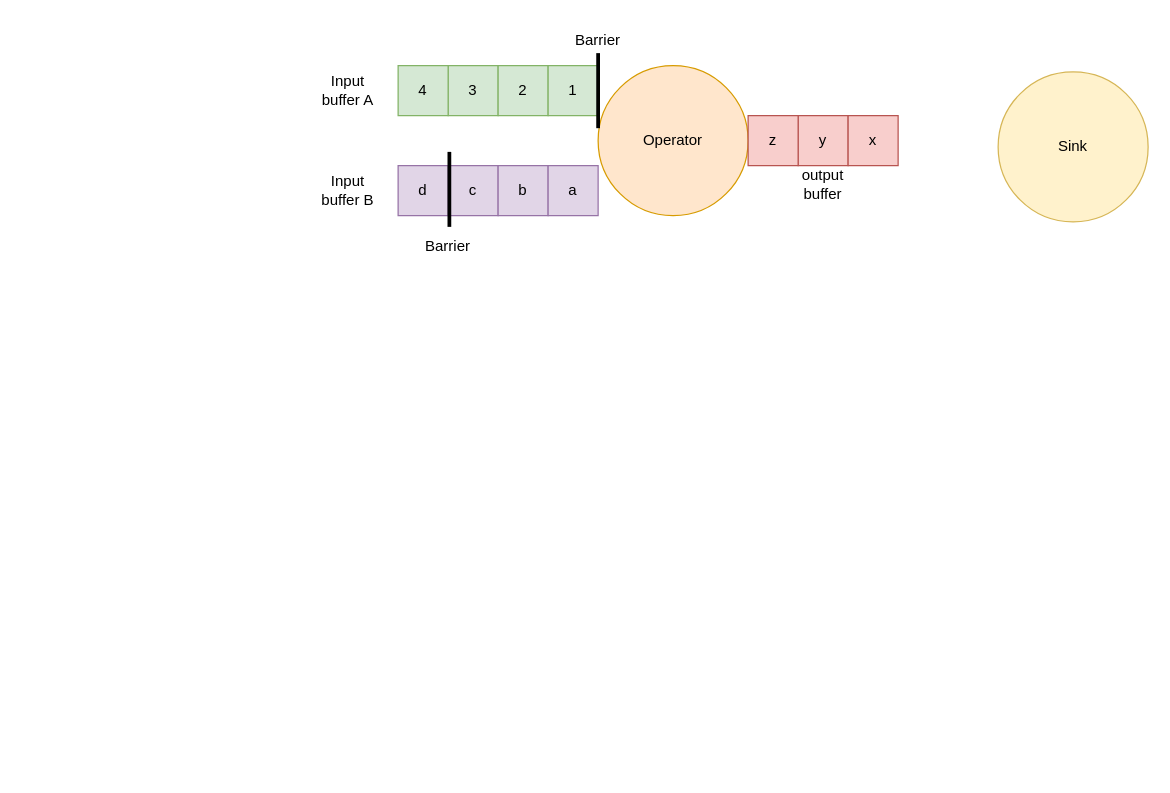
This is imgs/flink/flink_checkpoint_at_least_once.drawio from rainsbaby/notebook, a draw.io file, before an edit. Source tidied: cells renumbered, new cells numbered last; positions are measured from the earlier drawing's top-left corner, leaving out a move shared by most shapes. Both pictures are drawn from the tidied source at 125%, with x=0, y=0 at pixel (310, 21).
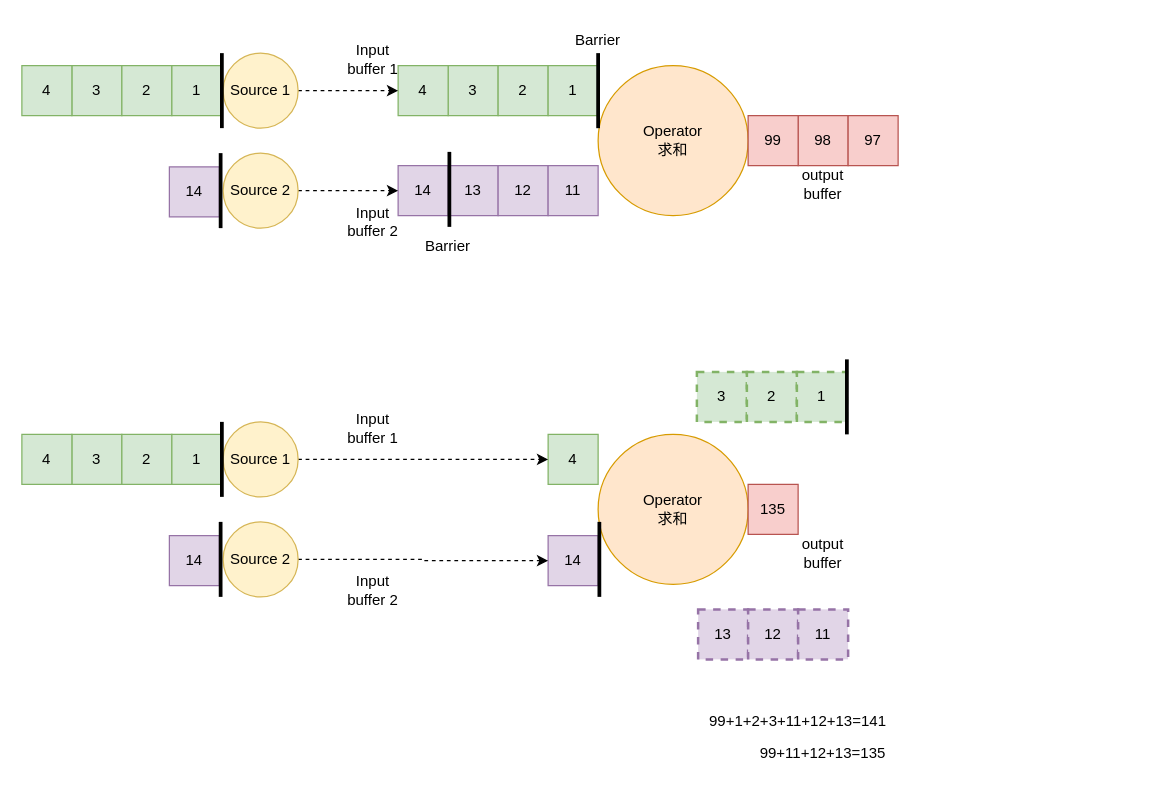
Above is the later version.

Unchanged cells that the change refers to:
```xml
<mxCell id="6" value="4" style="rounded=0;whiteSpace=wrap;html=1;fillColor=#d5e8d4;strokeColor=#82b366;" parent="1" vertex="1">
  <mxGeometry x="70" y="35" width="40" height="40" as="geometry" />
</mxCell>
```

Diff of the diagram source:
```diff
@@
-<mxGraphModel>
+<mxGraphModel background="#FFFFFF">
@@
-    <mxCell id="2" value="Operator" style="ellipse;whiteSpace=wrap;html=1;fillColor=#ffe6cc;strokeColor=#d79b00;" parent="1" vertex="1">
+    <mxCell id="2" value="&lt;div&gt;Operator&lt;br&gt;&lt;/div&gt;求和" style="ellipse;whiteSpace=wrap;html=1;fillColor=#ffe6cc;strokeColor=#d79b00;" parent="1" vertex="1">
       <mxGeometry x="230" y="35" width="120" height="120" as="geometry" />
     </mxCell>
@@
-    <mxCell id="7" value="c" style="rounded=0;whiteSpace=wrap;html=1;fillColor=#e1d5e7;strokeColor=#9673a6;" parent="1" vertex="1">
+    <mxCell id="7" value="13" style="rounded=0;whiteSpace=wrap;html=1;fillColor=#e1d5e7;strokeColor=#9673a6;" parent="1" vertex="1">
       <mxGeometry x="110" y="115" width="40" height="40" as="geometry" />
     </mxCell>
-    <mxCell id="8" value="b" style="rounded=0;whiteSpace=wrap;html=1;fillColor=#e1d5e7;strokeColor=#9673a6;" parent="1" vertex="1">
+    <mxCell id="8" value="12" style="rounded=0;whiteSpace=wrap;html=1;fillColor=#e1d5e7;strokeColor=#9673a6;" parent="1" vertex="1">
       <mxGeometry x="150" y="115" width="40" height="40" as="geometry" />
     </mxCell>
-    <mxCell id="9" value="a" style="rounded=0;whiteSpace=wrap;html=1;fillColor=#e1d5e7;strokeColor=#9673a6;" parent="1" vertex="1">
+    <mxCell id="9" value="11" style="rounded=0;whiteSpace=wrap;html=1;fillColor=#e1d5e7;strokeColor=#9673a6;" parent="1" vertex="1">
       <mxGeometry x="190" y="115" width="40" height="40" as="geometry" />
     </mxCell>
-    <mxCell id="10" value="d" style="rounded=0;whiteSpace=wrap;html=1;fillColor=#e1d5e7;strokeColor=#9673a6;" parent="1" vertex="1">
+    <mxCell id="10" value="14" style="rounded=0;whiteSpace=wrap;html=1;fillColor=#e1d5e7;strokeColor=#9673a6;" parent="1" vertex="1">
       <mxGeometry x="70" y="115" width="40" height="40" as="geometry" />
     </mxCell>
@@
-    <mxCell id="15" value="y" style="rounded=0;whiteSpace=wrap;html=1;fillColor=#f8cecc;strokeColor=#b85450;" parent="1" vertex="1">
+    <mxCell id="15" value="98" style="rounded=0;whiteSpace=wrap;html=1;fillColor=#f8cecc;strokeColor=#b85450;" parent="1" vertex="1">
       <mxGeometry x="390" y="75" width="40" height="40" as="geometry" />
     </mxCell>
-    <mxCell id="16" value="x" style="rounded=0;whiteSpace=wrap;html=1;fillColor=#f8cecc;strokeColor=#b85450;" parent="1" vertex="1">
+    <mxCell id="16" value="97" style="rounded=0;whiteSpace=wrap;html=1;fillColor=#f8cecc;strokeColor=#b85450;" parent="1" vertex="1">
       <mxGeometry x="430" y="75" width="40" height="40" as="geometry" />
     </mxCell>
-    <mxCell id="17" value="z" style="rounded=0;whiteSpace=wrap;html=1;fillColor=#f8cecc;strokeColor=#b85450;" parent="1" vertex="1">
+    <mxCell id="17" value="99" style="rounded=0;whiteSpace=wrap;html=1;fillColor=#f8cecc;strokeColor=#b85450;" parent="1" vertex="1">
       <mxGeometry x="350" y="75" width="40" height="40" as="geometry" />
     </mxCell>
-    <mxCell id="18" value="Input buffer A" style="text;html=1;strokeColor=none;fillColor=none;align=center;verticalAlign=middle;whiteSpace=wrap;rounded=0;" parent="1" vertex="1">
-      <mxGeometry y="40" width="60" height="30" as="geometry" />
+    <mxCell id="18" value="Input buffer 1" style="text;html=1;strokeColor=none;fillColor=none;align=center;verticalAlign=middle;whiteSpace=wrap;rounded=0;" parent="1" vertex="1">
+      <mxGeometry x="20" y="15" width="60" height="30" as="geometry" />
     </mxCell>
-    <mxCell id="19" value="Input buffer B" style="text;html=1;strokeColor=none;fillColor=none;align=center;verticalAlign=middle;whiteSpace=wrap;rounded=0;" parent="1" vertex="1">
-      <mxGeometry y="120" width="60" height="30" as="geometry" />
+    <mxCell id="19" value="Input buffer 2" style="text;html=1;strokeColor=none;fillColor=none;align=center;verticalAlign=middle;whiteSpace=wrap;rounded=0;" parent="1" vertex="1">
+      <mxGeometry x="20" y="145" width="60" height="30" as="geometry" />
     </mxCell>
@@
+    <mxCell id="22" style="edgeStyle=orthogonalEdgeStyle;rounded=0;jettySize=auto;html=1;exitX=1;exitY=0.5;exitDx=0;exitDy=0;entryX=0;entryY=0.5;entryDx=0;entryDy=0;strokeWidth=1;dashed=1;" parent="1" edge="1" source="21" target="6">
+      <mxGeometry relative="1" as="geometry" />
+    </mxCell>
-    <mxCell id="21" value="Sink" style="ellipse;whiteSpace=wrap;html=1;fillColor=#fff2cc;strokeColor=#d6b656;" parent="1" vertex="1">
-      <mxGeometry x="550" y="40" width="120" height="120" as="geometry" />
+    <mxCell id="21" value="Source 1" style="ellipse;whiteSpace=wrap;html=1;fillColor=#fff2cc;strokeColor=#d6b656;" parent="1" vertex="1">
+      <mxGeometry x="-70" y="25" width="60" height="60" as="geometry" />
     </mxCell>
+    <mxCell id="23" style="edgeStyle=orthogonalEdgeStyle;rounded=0;jettySize=auto;html=1;exitX=1;exitY=0.5;exitDx=0;exitDy=0;entryX=0;entryY=0.5;entryDx=0;entryDy=0;dashed=1;strokeWidth=1;" parent="1" edge="1" source="24" target="10">
+      <mxGeometry relative="1" as="geometry" />
+    </mxCell>
+    <mxCell id="24" value="Source 2" style="ellipse;whiteSpace=wrap;html=1;fillColor=#fff2cc;strokeColor=#d6b656;" parent="1" vertex="1">
+      <mxGeometry x="-70" y="105" width="60" height="60" as="geometry" />
+    </mxCell>
+    <mxCell id="25" value="&lt;div&gt;Operator &lt;br&gt;&lt;/div&gt;&lt;div&gt;求和&lt;br&gt;&lt;/div&gt;" style="ellipse;whiteSpace=wrap;html=1;fillColor=#ffe6cc;strokeColor=#d79b00;" parent="1" vertex="1">
+      <mxGeometry x="230" y="330" width="120" height="120" as="geometry" />
+    </mxCell>
+    <mxCell id="26" value="3" style="rounded=0;whiteSpace=wrap;html=1;fillColor=#d5e8d4;strokeColor=#82b366;dashed=1;strokeWidth=2;" parent="1" vertex="1">
+      <mxGeometry x="309" y="280" width="40" height="40" as="geometry" />
+    </mxCell>
+    <mxCell id="27" value="2" style="rounded=0;whiteSpace=wrap;html=1;fillColor=#d5e8d4;strokeColor=#82b366;dashed=1;strokeWidth=2;" parent="1" vertex="1">
+      <mxGeometry x="349" y="280" width="40" height="40" as="geometry" />
+    </mxCell>
+    <mxCell id="28" value="1" style="rounded=0;whiteSpace=wrap;html=1;fillColor=#d5e8d4;strokeColor=#82b366;dashed=1;strokeWidth=2;" parent="1" vertex="1">
+      <mxGeometry x="389" y="280" width="40" height="40" as="geometry" />
+    </mxCell>
+    <mxCell id="29" value="4" style="rounded=0;whiteSpace=wrap;html=1;fillColor=#d5e8d4;strokeColor=#82b366;" parent="1" vertex="1">
+      <mxGeometry x="190" y="330" width="40" height="40" as="geometry" />
+    </mxCell>
+    <mxCell id="30" value="13" style="rounded=0;whiteSpace=wrap;html=1;fillColor=#e1d5e7;strokeColor=#9673a6;dashed=1;strokeWidth=2;" parent="1" vertex="1">
+      <mxGeometry x="310" y="470" width="40" height="40" as="geometry" />
+    </mxCell>
+    <mxCell id="31" value="12" style="rounded=0;whiteSpace=wrap;html=1;fillColor=#e1d5e7;strokeColor=#9673a6;dashed=1;strokeWidth=2;" parent="1" vertex="1">
+      <mxGeometry x="350" y="470" width="40" height="40" as="geometry" />
+    </mxCell>
+    <mxCell id="32" value="11" style="rounded=0;whiteSpace=wrap;html=1;fillColor=#e1d5e7;strokeColor=#9673a6;dashed=1;strokeWidth=2;" parent="1" vertex="1">
+      <mxGeometry x="390" y="470" width="40" height="40" as="geometry" />
+    </mxCell>
+    <mxCell id="33" value="14" style="rounded=0;whiteSpace=wrap;html=1;fillColor=#e1d5e7;strokeColor=#9673a6;" parent="1" vertex="1">
+      <mxGeometry x="190" y="411" width="40" height="40" as="geometry" />
+    </mxCell>
+    <mxCell id="34" style="endArrow=none;html=1;rounded=0;strokeWidth=3;exitX=0;exitY=0.417;exitDx=0;exitDy=0;exitPerimeter=0;" parent="1" edge="1">
+      <mxGeometry relative="1" as="geometry">
+        <mxPoint x="429" y="330" as="sourcePoint" />
+        <mxPoint x="429" y="270" as="targetPoint" />
+      </mxGeometry>
+    </mxCell>
+    <mxCell id="35" style="endArrow=none;html=1;rounded=0;strokeWidth=3;exitX=0;exitY=0.417;exitDx=0;exitDy=0;exitPerimeter=0;" parent="1" edge="1">
+      <mxGeometry relative="1" as="geometry">
+        <mxPoint x="231" y="460" as="sourcePoint" />
+        <mxPoint x="231" y="400" as="targetPoint" />
+      </mxGeometry>
+    </mxCell>
+    <mxCell id="36" value="135" style="rounded=0;whiteSpace=wrap;html=1;fillColor=#f8cecc;strokeColor=#b85450;" parent="1" vertex="1">
+      <mxGeometry x="350" y="370" width="40" height="40" as="geometry" />
+    </mxCell>
+    <mxCell id="37" value="Input buffer 1" style="text;html=1;strokeColor=none;fillColor=none;align=center;verticalAlign=middle;whiteSpace=wrap;rounded=0;" parent="1" vertex="1">
+      <mxGeometry x="20" y="310" width="60" height="30" as="geometry" />
+    </mxCell>
+    <mxCell id="38" value="Input buffer 2" style="text;html=1;strokeColor=none;fillColor=none;align=center;verticalAlign=middle;whiteSpace=wrap;rounded=0;" parent="1" vertex="1">
+      <mxGeometry x="20" y="440" width="60" height="30" as="geometry" />
+    </mxCell>
+    <mxCell id="39" value="output buffer" style="text;html=1;strokeColor=none;fillColor=none;align=center;verticalAlign=middle;whiteSpace=wrap;rounded=0;" parent="1" vertex="1">
+      <mxGeometry x="380" y="410" width="60" height="30" as="geometry" />
+    </mxCell>
+    <mxCell id="40" style="edgeStyle=orthogonalEdgeStyle;rounded=0;jettySize=auto;html=1;exitX=1;exitY=0.5;exitDx=0;exitDy=0;entryX=0;entryY=0.5;entryDx=0;entryDy=0;strokeWidth=1;dashed=1;" parent="1" edge="1" source="41" target="29">
+      <mxGeometry relative="1" as="geometry" />
+    </mxCell>
+    <mxCell id="41" value="Source 1" style="ellipse;whiteSpace=wrap;html=1;fillColor=#fff2cc;strokeColor=#d6b656;" parent="1" vertex="1">
+      <mxGeometry x="-70" y="320" width="60" height="60" as="geometry" />
+    </mxCell>
+    <mxCell id="42" style="edgeStyle=orthogonalEdgeStyle;rounded=0;jettySize=auto;html=1;exitX=1;exitY=0.5;exitDx=0;exitDy=0;entryX=0;entryY=0.5;entryDx=0;entryDy=0;dashed=1;strokeWidth=1;" parent="1" edge="1" source="43" target="33">
+      <mxGeometry relative="1" as="geometry" />
+    </mxCell>
+    <mxCell id="43" value="Source 2" style="ellipse;whiteSpace=wrap;html=1;fillColor=#fff2cc;strokeColor=#d6b656;" parent="1" vertex="1">
+      <mxGeometry x="-70" y="400" width="60" height="60" as="geometry" />
+    </mxCell>
+    <mxCell id="44" value="3" style="rounded=0;whiteSpace=wrap;html=1;fillColor=#d5e8d4;strokeColor=#82b366;" parent="1" vertex="1">
+      <mxGeometry x="-191" y="35" width="40" height="40" as="geometry" />
+    </mxCell>
+    <mxCell id="45" value="2" style="rounded=0;whiteSpace=wrap;html=1;fillColor=#d5e8d4;strokeColor=#82b366;" parent="1" vertex="1">
+      <mxGeometry x="-151" y="35" width="40" height="40" as="geometry" />
+    </mxCell>
+    <mxCell id="46" value="1" style="rounded=0;whiteSpace=wrap;html=1;fillColor=#d5e8d4;strokeColor=#82b366;" parent="1" vertex="1">
+      <mxGeometry x="-111" y="35" width="40" height="40" as="geometry" />
+    </mxCell>
+    <mxCell id="47" value="4" style="rounded=0;whiteSpace=wrap;html=1;fillColor=#d5e8d4;strokeColor=#82b366;" parent="1" vertex="1">
+      <mxGeometry x="-231" y="35" width="40" height="40" as="geometry" />
+    </mxCell>
+    <mxCell id="48" value="14" style="rounded=0;whiteSpace=wrap;html=1;fillColor=#e1d5e7;strokeColor=#9673a6;" parent="1" vertex="1">
+      <mxGeometry x="-113" y="116" width="40" height="40" as="geometry" />
+    </mxCell>
+    <mxCell id="49" style="endArrow=none;html=1;rounded=0;strokeWidth=3;exitX=0;exitY=0.417;exitDx=0;exitDy=0;exitPerimeter=0;" parent="1" edge="1">
+      <mxGeometry relative="1" as="geometry">
+        <mxPoint x="-71" y="85" as="sourcePoint" />
+        <mxPoint x="-71" y="25" as="targetPoint" />
+      </mxGeometry>
+    </mxCell>
+    <mxCell id="50" style="endArrow=none;html=1;rounded=0;strokeWidth=3;exitX=0;exitY=0.417;exitDx=0;exitDy=0;exitPerimeter=0;" parent="1" edge="1">
+      <mxGeometry relative="1" as="geometry">
+        <mxPoint x="-72" y="165" as="sourcePoint" />
+        <mxPoint x="-72" y="105" as="targetPoint" />
+      </mxGeometry>
+    </mxCell>
+    <mxCell id="51" value="3" style="rounded=0;whiteSpace=wrap;html=1;fillColor=#d5e8d4;strokeColor=#82b366;" parent="1" vertex="1">
+      <mxGeometry x="-191" y="330" width="40" height="40" as="geometry" />
+    </mxCell>
+    <mxCell id="52" value="2" style="rounded=0;whiteSpace=wrap;html=1;fillColor=#d5e8d4;strokeColor=#82b366;" parent="1" vertex="1">
+      <mxGeometry x="-151" y="330" width="40" height="40" as="geometry" />
+    </mxCell>
+    <mxCell id="53" value="1" style="rounded=0;whiteSpace=wrap;html=1;fillColor=#d5e8d4;strokeColor=#82b366;" parent="1" vertex="1">
+      <mxGeometry x="-111" y="330" width="40" height="40" as="geometry" />
+    </mxCell>
+    <mxCell id="54" value="4" style="rounded=0;whiteSpace=wrap;html=1;fillColor=#d5e8d4;strokeColor=#82b366;" parent="1" vertex="1">
+      <mxGeometry x="-231" y="330" width="40" height="40" as="geometry" />
+    </mxCell>
+    <mxCell id="55" value="14" style="rounded=0;whiteSpace=wrap;html=1;fillColor=#e1d5e7;strokeColor=#9673a6;" parent="1" vertex="1">
+      <mxGeometry x="-113" y="411" width="40" height="40" as="geometry" />
+    </mxCell>
+    <mxCell id="56" style="endArrow=none;html=1;rounded=0;strokeWidth=3;exitX=0;exitY=0.417;exitDx=0;exitDy=0;exitPerimeter=0;" parent="1" edge="1">
+      <mxGeometry relative="1" as="geometry">
+        <mxPoint x="-71" y="380" as="sourcePoint" />
+        <mxPoint x="-71" y="320" as="targetPoint" />
+      </mxGeometry>
+    </mxCell>
+    <mxCell id="57" style="endArrow=none;html=1;rounded=0;strokeWidth=3;exitX=0;exitY=0.417;exitDx=0;exitDy=0;exitPerimeter=0;" parent="1" edge="1">
+      <mxGeometry relative="1" as="geometry">
+        <mxPoint x="-72" y="460" as="sourcePoint" />
+        <mxPoint x="-72" y="400" as="targetPoint" />
+      </mxGeometry>
+    </mxCell>
+    <mxCell id="58" value="99+1+2+3+11+12+13=141" style="text;html=1;strokeColor=none;fillColor=none;align=center;verticalAlign=middle;whiteSpace=wrap;rounded=0;" parent="1" vertex="1">
+      <mxGeometry x="310" y="545" width="160" height="30" as="geometry" />
+    </mxCell>
+    <mxCell id="59" value="99+11+12+13=135" style="text;html=1;strokeColor=none;fillColor=none;align=center;verticalAlign=middle;whiteSpace=wrap;rounded=0;" parent="1" vertex="1">
+      <mxGeometry x="350" y="570" width="120" height="30" as="geometry" />
+    </mxCell>
```
